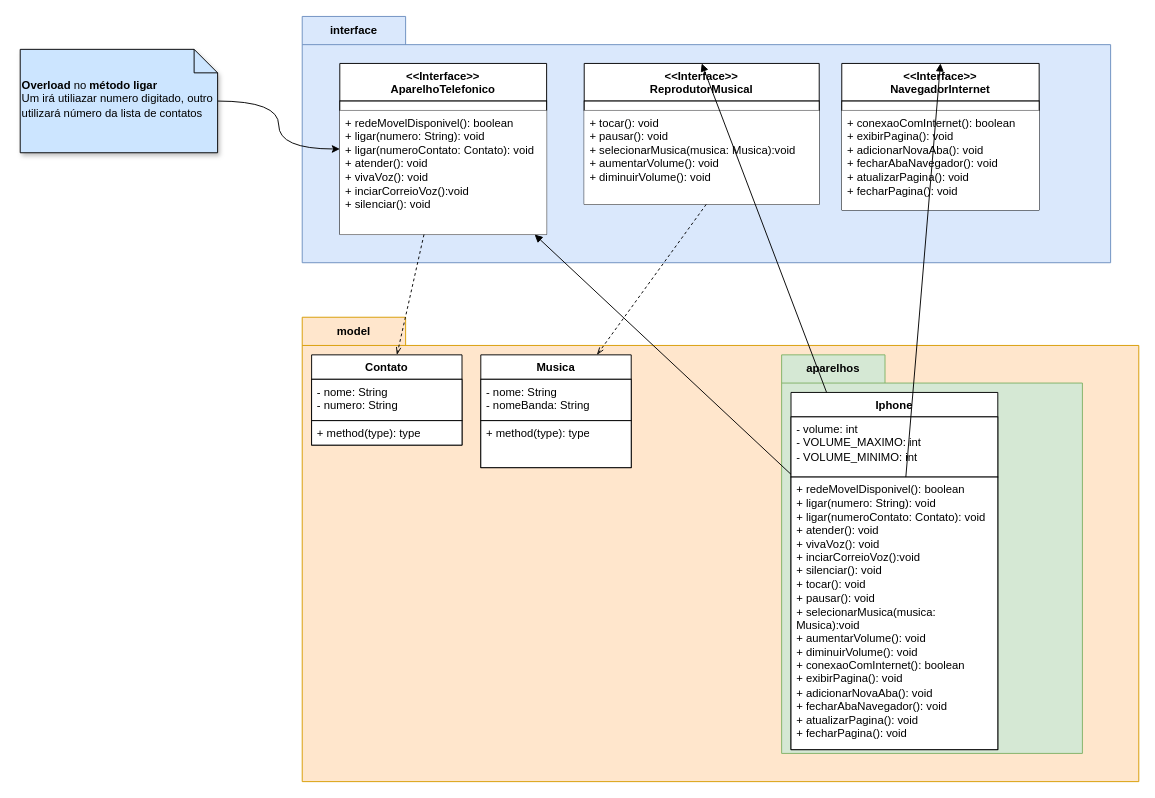
Before: page "Package+Class" (1 of 3) of Desafios/DesafioIphone/imgs/UML_Desafio_Iphone.drawio in LucasGFBatista/DIO-BOOTCAMPS, a draw.io diagram. Source tidied: cells renumbered, new cells numbered last; positions are measured from the earlier drawing's top-left corner, leaving out a move shared by most shapes. Both pictures are drawn from the tidied source at 94%, with x=0, y=0 at pixel (20, 16).
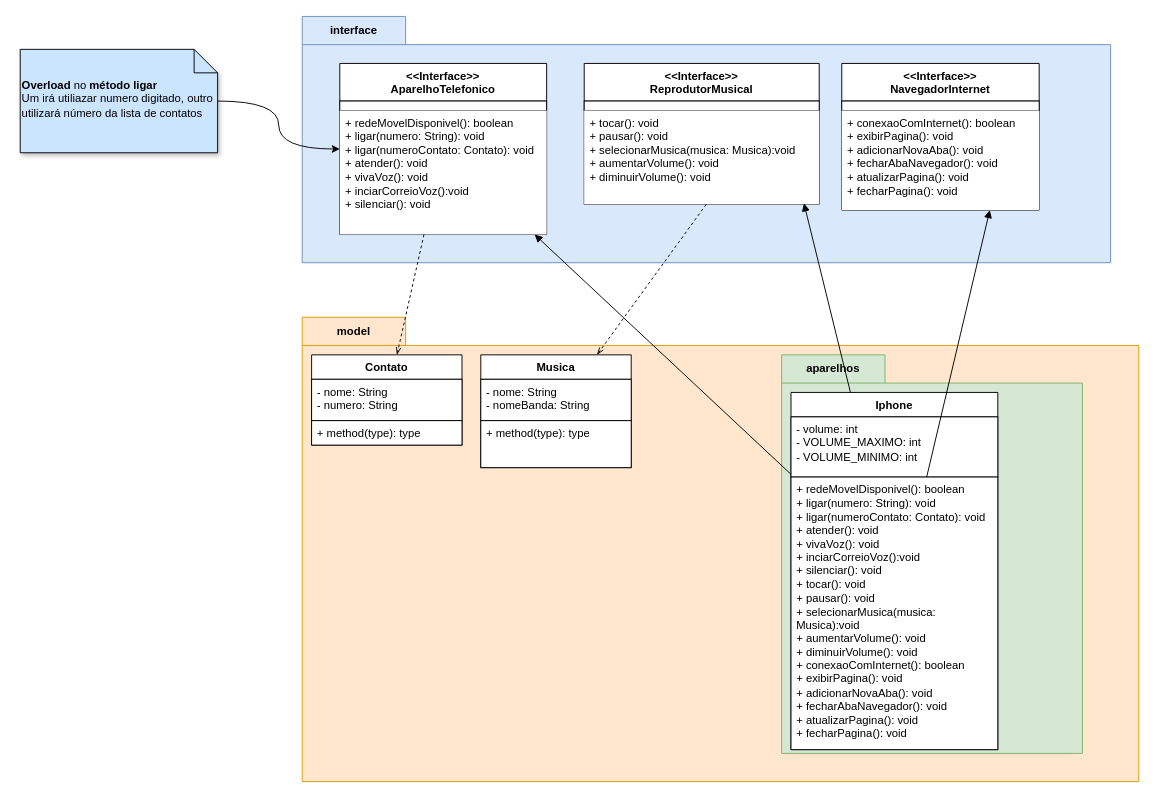
The same diagram, later.

Commit message:
docs: created the folder of the class + package

The change refers to these unchanged cells:
```xml
<mxCell id="6" value="&lt;div&gt;&amp;lt;&amp;lt;Interface&amp;gt;&amp;gt;&lt;br&gt;&lt;/div&gt;ReprodutorMusical&lt;div&gt;&lt;br&gt;&lt;/div&gt;" style="swimlane;fontStyle=1;align=center;verticalAlign=top;horizontal=1;startSize=40;whiteSpace=wrap;html=1;" parent="2" vertex="1">
  <mxGeometry x="300" y="50" width="250" height="150" as="geometry" />
</mxCell>
<mxCell id="8" value="+ tocar(): void&lt;div&gt;+ pausar(): void&lt;/div&gt;&lt;div&gt;+ selecionarMusica(musica: Musica):void&lt;/div&gt;&lt;div&gt;+ aumentarVolume(): void&lt;/div&gt;&lt;div&gt;+ diminuirVolume(): void&lt;/div&gt;" style="text;strokeColor=none;fillColor=default;align=left;verticalAlign=top;spacingLeft=4;spacingRight=4;overflow=hidden;points=[[0,0.5],[1,0.5]];portConstraint=eastwest;whiteSpace=wrap;html=1;" parent="6" vertex="1">
  <mxGeometry y="50" width="250" height="100" as="geometry" />
</mxCell>
<mxCell id="9" value="&lt;div&gt;&amp;lt;&amp;lt;Interface&amp;gt;&amp;gt;&lt;br&gt;NavegadorInternet&lt;/div&gt;" style="swimlane;fontStyle=1;align=center;verticalAlign=top;horizontal=1;startSize=40;whiteSpace=wrap;html=1;" parent="2" vertex="1">
  <mxGeometry x="574" y="50" width="210" height="156" as="geometry" />
</mxCell>
<mxCell id="20" value="Iphone" style="swimlane;fontStyle=1;align=center;verticalAlign=top;horizontal=1;startSize=26;whiteSpace=wrap;html=1;" parent="19" vertex="1">
  <mxGeometry x="10" y="40" width="220" height="380" as="geometry" />
</mxCell>
<mxCell id="22" value="&lt;div&gt;&lt;div&gt;&lt;div&gt;&lt;div&gt;+ redeMovelDisponivel(): boolean&lt;/div&gt;+ ligar(numero: String): void&lt;/div&gt;&lt;div&gt;+ ligar(numeroContato: Contato): void&lt;br&gt;&lt;div&gt;+ atender(): void&lt;/div&gt;&lt;div&gt;+ vivaVoz(): void&lt;/div&gt;&lt;div&gt;+ inciarCorreioVoz():void&lt;/div&gt;&lt;div&gt;+ silenciar(): void&lt;/div&gt;&lt;div&gt;+ tocar(): void&lt;div&gt;+ pausar(): void&lt;/div&gt;&lt;div&gt;+ selecionarMusica(musica: Musica):void&lt;/div&gt;&lt;div&gt;+ aumentarVolume(): void&lt;/div&gt;&lt;div&gt;+ diminuirVolume(): void&lt;/div&gt;&lt;/div&gt;&lt;/div&gt;&lt;/div&gt;&lt;/div&gt;&lt;div&gt;+ conexaoComInternet(): boolean&lt;div&gt;+ exibirPagina(): void&lt;/div&gt;&lt;div&gt;+ adicionarNovaAba(): void&lt;/div&gt;&lt;div&gt;+ fecharAbaNavegador(): void&lt;/div&gt;&lt;div&gt;+ atualizarPagina(): void&lt;/div&gt;&lt;div&gt;+ fecharPagina(): void&lt;/div&gt;&lt;/div&gt;" style="text;strokeColor=default;fillColor=default;align=left;verticalAlign=top;spacingLeft=4;spacingRight=4;overflow=hidden;points=[[0,0.5],[1,0.5]];portConstraint=eastwest;whiteSpace=wrap;html=1;" parent="20" vertex="1">
  <mxGeometry y="90" width="220" height="290" as="geometry" />
</mxCell>
```

The edit, as a diff of the source:
```diff
@@
-    <mxCell id="24" style="rounded=0;jettySize=auto;html=1;entryX=0.5;entryY=0;entryDx=0;entryDy=0;endArrow=block;endFill=1;" parent="1" edge="1" source="20" target="6">
+    <mxCell id="24" style="rounded=0;jettySize=auto;html=1;endArrow=block;endFill=1;entryX=0.935;entryY=0.988;entryDx=0;entryDy=0;entryPerimeter=0;" parent="1" edge="1" source="20" target="8">
       <mxGeometry relative="1" as="geometry" />
     </mxCell>
@@
-    <mxCell id="29" style="rounded=0;jettySize=auto;html=1;entryX=0.5;entryY=0;entryDx=0;entryDy=0;endArrow=block;endFill=1;" parent="1" edge="1" source="22" target="9">
+    <mxCell id="29" style="rounded=0;jettySize=auto;html=1;entryX=0.75;entryY=1;entryDx=0;entryDy=0;endArrow=block;endFill=1;" parent="1" edge="1" source="22" target="9">
       <mxGeometry relative="1" as="geometry" />
     </mxCell>
```
